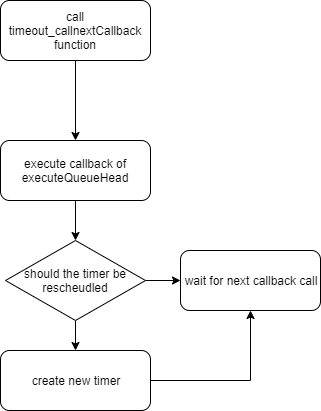
Before: images/timeout_callnextCallback.png, a diagram exported from draw.io (microchip-pic-avr-solutions/avr-iot-aws-sensor-node-mplab). Source tidied: cells renumbered, new cells last; positions are measured from the earlier drawing's top-left corner, leaving out a move shared by most shapes. The source it was exported from:
```xml
<mxGraphModel>
  <root>
    <mxCell id="0" />
    <mxCell id="1" parent="0" />
    <mxCell id="2" style="edgeStyle=orthogonalEdgeStyle;rounded=0;jettySize=auto;html=1;" parent="1" edge="1" source="3" target="5">
      <mxGeometry relative="1" as="geometry" />
    </mxCell>
    <mxCell id="3" value="call timeout_callnextCallback function" style="rounded=1;whiteSpace=wrap;html=1;" parent="1" vertex="1">
      <mxGeometry width="150" height="60" as="geometry" />
    </mxCell>
    <mxCell id="4" style="edgeStyle=orthogonalEdgeStyle;rounded=0;jettySize=auto;html=1;" parent="1" edge="1" source="5" target="8">
      <mxGeometry relative="1" as="geometry" />
    </mxCell>
    <mxCell id="5" value="execute callback of executeQueueHead" style="rounded=1;whiteSpace=wrap;html=1;" parent="1" vertex="1">
      <mxGeometry y="140" width="150" height="60" as="geometry" />
    </mxCell>
    <mxCell id="6" style="edgeStyle=orthogonalEdgeStyle;rounded=0;jettySize=auto;html=1;" parent="1" edge="1" source="8">
      <mxGeometry relative="1" as="geometry">
        <mxPoint x="75" y="350" as="targetPoint" />
      </mxGeometry>
    </mxCell>
    <mxCell id="7" style="edgeStyle=orthogonalEdgeStyle;rounded=0;jettySize=auto;html=1;" parent="1" edge="1" source="8" target="11">
      <mxGeometry relative="1" as="geometry" />
    </mxCell>
    <mxCell id="8" value="should the timer be rescheudled" style="rhombus;whiteSpace=wrap;html=1;" parent="1" vertex="1">
      <mxGeometry x="5" y="240" width="140" height="80" as="geometry" />
    </mxCell>
    <mxCell id="9" style="edgeStyle=orthogonalEdgeStyle;rounded=0;jettySize=auto;html=1;entryX=0.5;entryY=1;entryDx=0;entryDy=0;" parent="1" edge="1" source="10" target="11">
      <mxGeometry relative="1" as="geometry" />
    </mxCell>
    <mxCell id="10" value="create new timer" style="rounded=1;whiteSpace=wrap;html=1;" parent="1" vertex="1">
      <mxGeometry y="350" width="150" height="60" as="geometry" />
    </mxCell>
    <mxCell id="11" value="wait for next callback call" style="rounded=1;whiteSpace=wrap;html=1;" parent="1" vertex="1">
      <mxGeometry x="180" y="250" width="140" height="60" as="geometry" />
    </mxCell>
  </root>
</mxGraphModel>
```
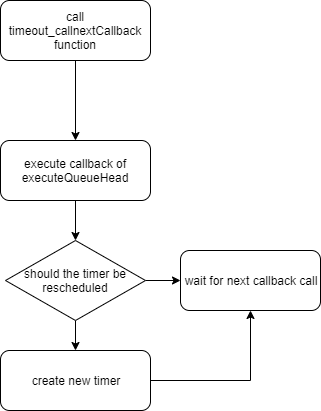
Above is the later version.

Commit message:
PAI-363 replace timeout driver images;PAI-363 timeout_callnextCallback image replaced with edits;

Change to the diagram source:
```diff
@@ -22,7 +22,7 @@
     <mxCell id="7" style="edgeStyle=orthogonalEdgeStyle;rounded=0;jettySize=auto;html=1;" parent="1" edge="1" source="8" target="11">
       <mxGeometry relative="1" as="geometry" />
     </mxCell>
-    <mxCell id="8" value="should the timer be rescheudled" style="rhombus;whiteSpace=wrap;html=1;" parent="1" vertex="1">
+    <mxCell id="8" value="should the timer be rescheduled" style="rhombus;whiteSpace=wrap;html=1;" parent="1" vertex="1">
       <mxGeometry x="5" y="240" width="140" height="80" as="geometry" />
     </mxCell>
     <mxCell id="9" style="edgeStyle=orthogonalEdgeStyle;rounded=0;jettySize=auto;html=1;entryX=0.5;entryY=1;entryDx=0;entryDy=0;" parent="1" edge="1" source="10" target="11">
```
